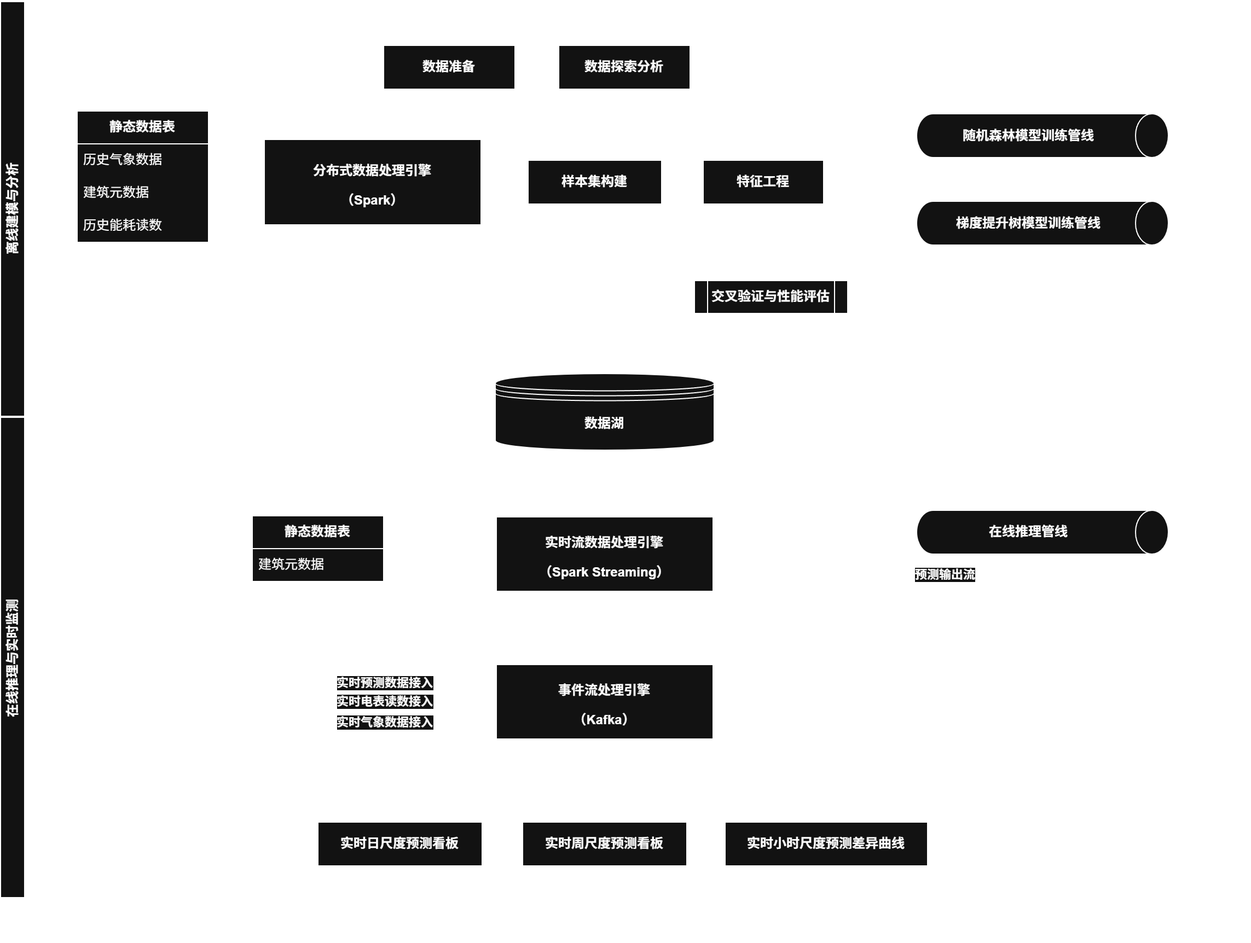
Before: Image/Workflow.png, a diagram exported from draw.io (lotusink/Voltstream). Source tidied: cells renumbered, new cells last; positions are measured from the earlier drawing's top-left corner, leaving out a move shared by most shapes.
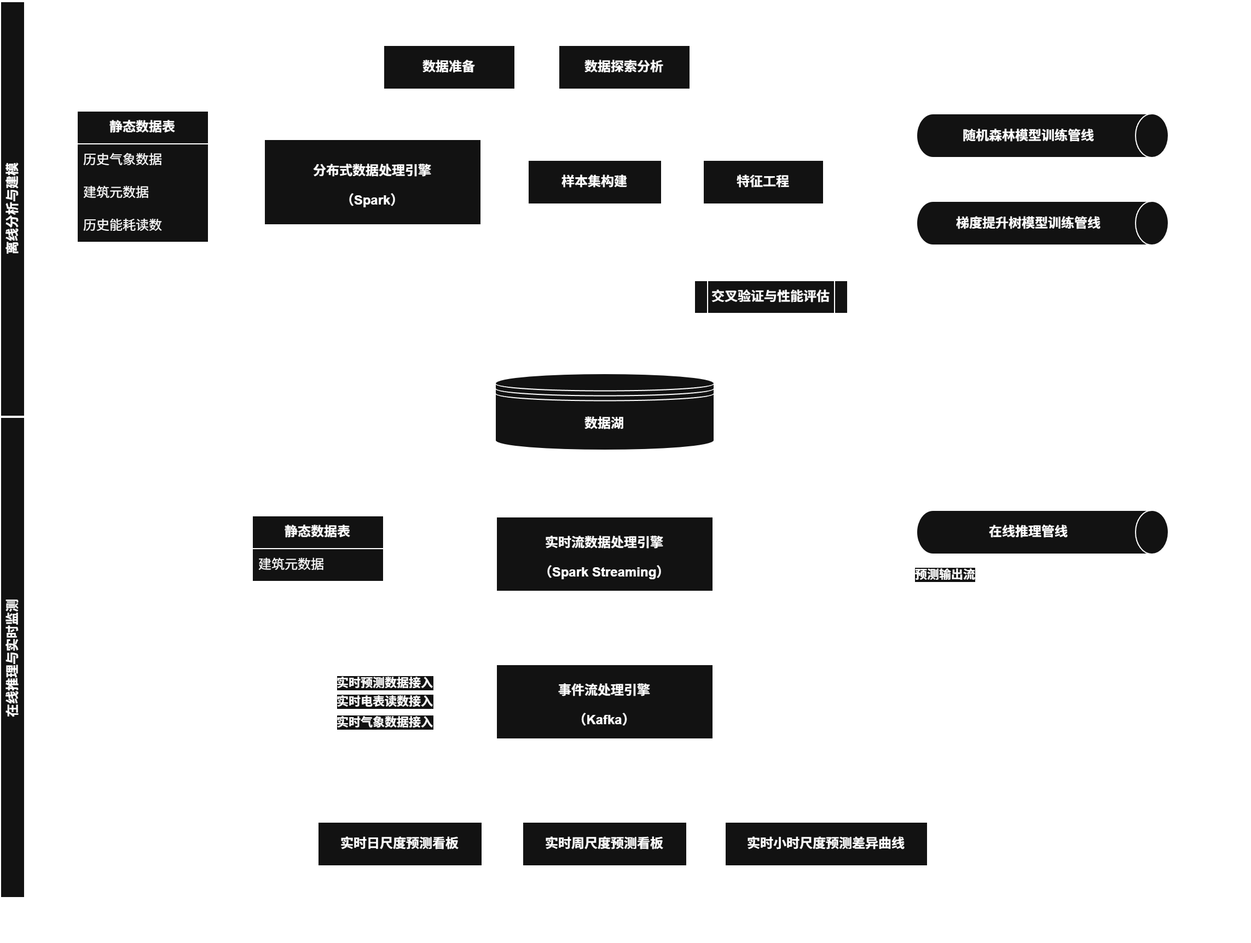
After the commit.

Diff of the diagram source:
```diff
@@ -5,7 +5,7 @@
     <mxCell id="2" style="group;" parent="1" vertex="1">
       <mxGeometry width="1140" height="860" as="geometry" />
     </mxCell>
-    <mxCell id="3" value="离线建模与分析" style="swimlane;horizontal=0;whiteSpace=wrap;html=1;strokeWidth=2;" parent="2" vertex="1">
+    <mxCell id="3" value="离线分析与建模" style="swimlane;horizontal=0;whiteSpace=wrap;html=1;strokeWidth=2;" parent="2" vertex="1">
       <mxGeometry width="1140" height="380" as="geometry" />
     </mxCell>
     <mxCell id="4" value="历史气象数据" style="text;strokeColor=none;fillColor=default;align=left;verticalAlign=middle;spacingLeft=4;spacingRight=4;overflow=hidden;whiteSpace=wrap;html=1;" parent="3" vertex="1">
```
